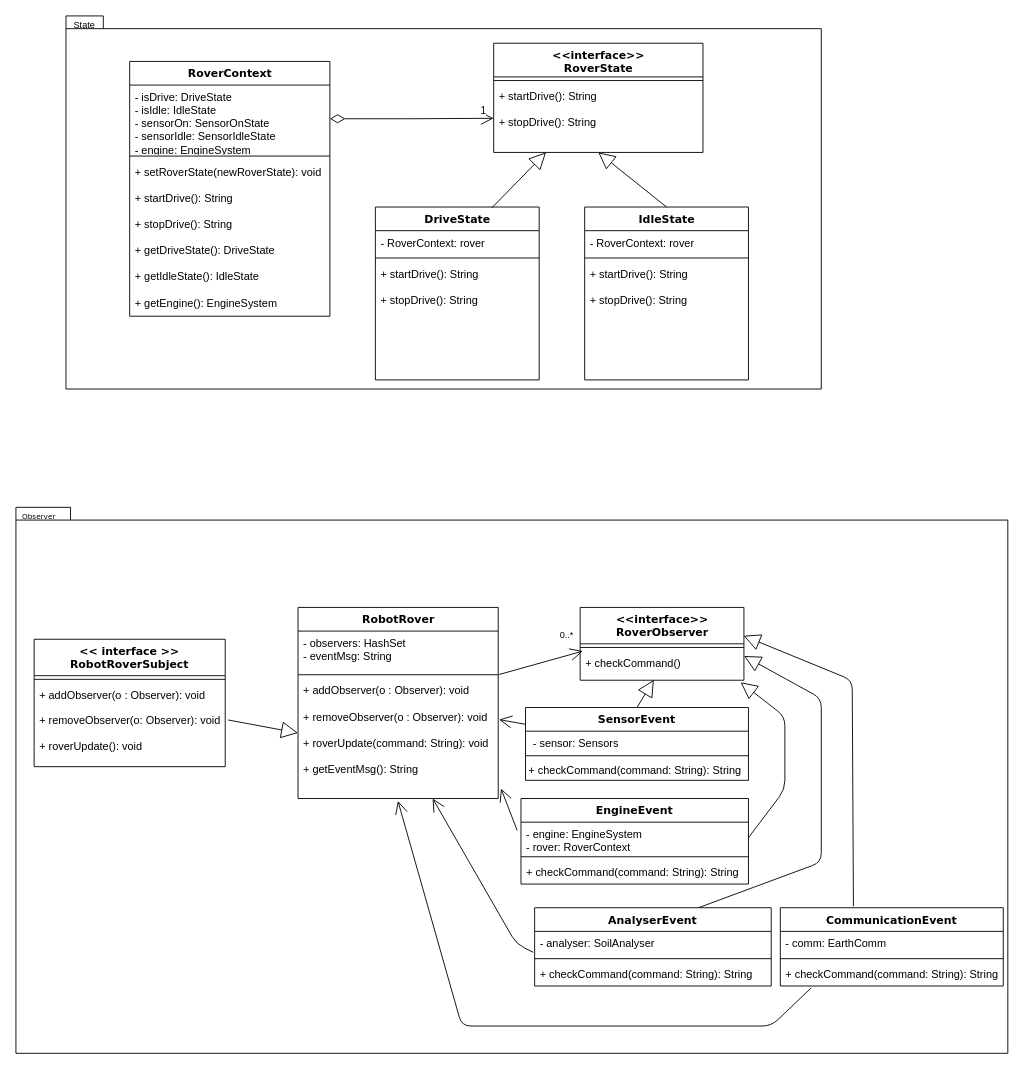
This is Class Diagram.drawio from Calmen00-code/Mars-Project, a draw.io file, before an edit. Source tidied: cells renumbered, new cells numbered last; positions are measured from the earlier drawing's top-left corner, leaving out a move shared by most shapes. Both pictures are drawn from the tidied source at 91%, with x=0, y=0 at pixel (15, 15).
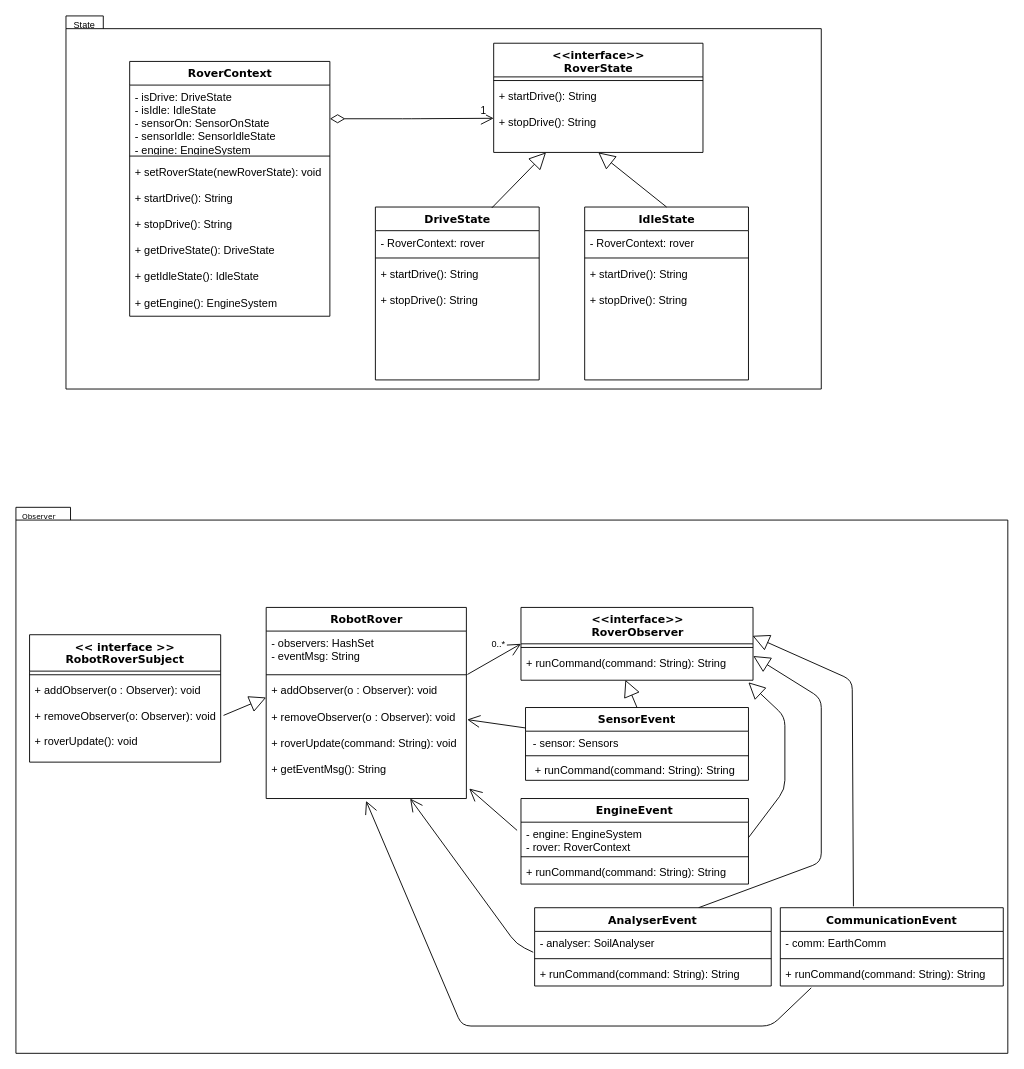
After the change.

Unchanged cells that the change refers to:
```xml
<mxCell id="23" value="- observers: HashSet&lt;br&gt;- eventMsg: String" style="text;html=1;strokeColor=none;fillColor=none;align=left;verticalAlign=top;spacingLeft=4;spacingRight=4;whiteSpace=wrap;overflow=hidden;points=[[0,0.5],[1,0.5]];portConstraint=eastwest;" parent="22" vertex="1">
  <mxGeometry y="26" width="220" height="44" as="geometry" />
</mxCell>
<mxCell id="25" value="+ addObserver(o : Observer): void&lt;br&gt;&lt;br&gt;+ removeObserver(o : Observer): void&lt;br&gt;&lt;br&gt;+ roverUpdate(command: String): void&lt;br&gt;&lt;br&gt;+ getEventMsg(): String" style="text;html=1;strokeColor=none;fillColor=none;align=left;verticalAlign=top;spacingLeft=4;spacingRight=4;whiteSpace=wrap;overflow=hidden;points=[[0,0.5],[1,0.5]];portConstraint=eastwest;" parent="22" vertex="1">
  <mxGeometry y="78" width="220" height="132" as="geometry" />
</mxCell>
<mxCell id="38" value="+ addObserver(o : Observer): void&#10;&#10;+ removeObserver(o: Observer): void&#10;&#10;+ roverUpdate(): void" style="text;strokeColor=none;fillColor=none;align=left;verticalAlign=top;spacingLeft=4;spacingRight=4;overflow=hidden;points=[[0,0.5],[1,0.5]];portConstraint=eastwest;" parent="36" vertex="1">
  <mxGeometry y="48" width="210" height="92" as="geometry" />
</mxCell>
<mxCell id="49" value="EngineEvent" style="swimlane;fontStyle=1;align=center;verticalAlign=top;horizontal=1;startSize=26;fontFamily=Verdana;" parent="1" vertex="1">
  <mxGeometry x="555" y="860" width="250" height="94" as="geometry" />
</mxCell>
<mxCell id="53" value="AnalyserEvent" style="swimlane;fontStyle=1;align=center;verticalAlign=top;horizontal=1;startSize=26;fontFamily=Verdana;" parent="1" vertex="1">
  <mxGeometry x="570" y="980" width="260" height="86" as="geometry" />
</mxCell>
<mxCell id="57" value="CommunicationEvent" style="swimlane;fontStyle=1;align=center;verticalAlign=top;horizontal=1;startSize=26;fontFamily=Verdana;" parent="1" vertex="1">
  <mxGeometry x="840" y="980" width="245" height="86" as="geometry" />
</mxCell>
```

Change to the diagram source:
```diff
@@
     <mxCell id="22" value="RobotRover" style="swimlane;html=1;fontStyle=1;align=center;verticalAlign=top;horizontal=1;startSize=26;swimlaneFillColor=#ffffff;rounded=0;shadow=0;comic=0;labelBackgroundColor=none;strokeWidth=1;fillColor=none;fontFamily=Verdana;fontSize=12;" parent="1" vertex="1">
-      <mxGeometry x="310" y="650" width="220" height="210" as="geometry" />
+      <mxGeometry x="275" y="650" width="220" height="210" as="geometry" />
     </mxCell>
@@
     <mxCell id="27" value="&amp;lt;&amp;lt;interface&amp;gt;&amp;gt;&lt;br&gt;RoverObserver" style="swimlane;html=1;fontStyle=1;align=center;verticalAlign=top;horizontal=1;startSize=40;swimlaneFillColor=#ffffff;rounded=0;shadow=0;comic=0;labelBackgroundColor=none;strokeWidth=1;fillColor=none;fontFamily=Verdana;fontSize=12;" parent="1" vertex="1">
-      <mxGeometry x="620" y="650" width="180" height="80" as="geometry" />
+      <mxGeometry x="555" y="650" width="255" height="80" as="geometry" />
     </mxCell>
     <mxCell id="28" style="line;html=1;strokeWidth=1;fillColor=none;align=left;verticalAlign=middle;spacingTop=-1;spacingLeft=3;spacingRight=3;labelPosition=right;" parent="27" vertex="1">
-      <mxGeometry y="40" width="180" height="8" as="geometry" />
+      <mxGeometry y="40" width="255" height="8" as="geometry" />
     </mxCell>
-    <mxCell id="29" value="+ checkCommand()" style="text;html=1;strokeColor=none;fillColor=none;align=left;verticalAlign=top;spacingLeft=4;spacingRight=4;whiteSpace=wrap;overflow=hidden;points=[[0,0.5],[1,0.5]];portConstraint=eastwest;" parent="27" vertex="1">
-      <mxGeometry y="48" width="180" height="32" as="geometry" />
+    <mxCell id="29" value="&lt;span style=&quot;font-family: &amp;#34;helvetica&amp;#34;&quot;&gt;+ runCommand(command: String): String&lt;/span&gt;" style="text;html=1;strokeColor=none;fillColor=none;align=left;verticalAlign=top;spacingLeft=4;spacingRight=4;whiteSpace=wrap;overflow=hidden;points=[[0,0.5],[1,0.5]];portConstraint=eastwest;" parent="27" vertex="1">
+      <mxGeometry y="48" width="255" height="32" as="geometry" />
     </mxCell>
-    <mxCell id="30" style="endArrow=open;endFill=1;endSize=12;html=1;fontSize=10;exitX=1.005;exitY=1.084;exitDx=0;exitDy=0;exitPerimeter=0;" parent="1" edge="1" source="23">
-      <mxGeometry relative="1" as="geometry">
-        <mxPoint x="623" y="698" as="targetPoint" />
-      </mxGeometry>
+    <mxCell id="30" style="endArrow=open;endFill=1;endSize=12;html=1;fontSize=10;exitX=1.005;exitY=1.084;exitDx=0;exitDy=0;exitPerimeter=0;entryX=0;entryY=0.5;entryDx=0;entryDy=0;" parent="1" edge="1" source="23" target="27">
+      <mxGeometry relative="1" as="geometry" />
     </mxCell>
     <mxCell id="31" value="0..*" style="text;html=1;align=center;verticalAlign=middle;strokeColor=none;fontSize=10;" parent="1" vertex="1">
-      <mxGeometry x="590" y="670" width="30" height="20" as="geometry" />
+      <mxGeometry x="515" y="680" width="30" height="20" as="geometry" />
     </mxCell>
@@
     <mxCell id="36" value="&lt;&lt; interface &gt;&gt;&#10;RobotRoverSubject" style="swimlane;fontStyle=1;align=center;verticalAlign=top;horizontal=1;startSize=40;fontSize=12;fontFamily=Verdana;" parent="1" vertex="1">
-      <mxGeometry x="20" y="685" width="210" height="140" as="geometry" />
+      <mxGeometry x="15" y="680" width="210" height="140" as="geometry" />
     </mxCell>
@@
-    <mxCell id="39" style="endArrow=block;endSize=16;endFill=0;html=1;fontFamily=Verdana;fontSize=12;exitX=1.015;exitY=0.442;exitDx=0;exitDy=0;exitPerimeter=0;" parent="1" edge="1" source="38">
-      <mxGeometry x="0.62" y="140" relative="1" as="geometry">
-        <mxPoint x="310" y="788" as="targetPoint" />
-      </mxGeometry>
+    <mxCell id="39" style="endArrow=block;endSize=16;endFill=0;html=1;fontFamily=Verdana;fontSize=12;exitX=1.015;exitY=0.442;exitDx=0;exitDy=0;exitPerimeter=0;entryX=0;entryY=0.159;entryDx=0;entryDy=0;entryPerimeter=0;" parent="1" edge="1" source="38" target="25">
+      <mxGeometry x="0.62" y="140" relative="1" as="geometry" />
     </mxCell>
@@
-    <mxCell id="48" value="&lt;span style=&quot;font-family: &amp;#34;helvetica&amp;#34; ; text-align: left&quot;&gt;+ checkCommand(command: String): String&lt;/span&gt;" style="text;html=1;align=center;verticalAlign=middle;strokeColor=none;" parent="1" vertex="1">
-      <mxGeometry x="555" y="820" width="250" height="20" as="geometry" />
+    <mxCell id="48" value="&lt;span style=&quot;font-family: &amp;#34;helvetica&amp;#34; ; text-align: left&quot;&gt;+ runCommand(command: String): String&lt;/span&gt;" style="text;html=1;align=center;verticalAlign=middle;strokeColor=none;" parent="1" vertex="1">
+      <mxGeometry x="560" y="820" width="240" height="20" as="geometry" />
     </mxCell>
@@
-    <mxCell id="52" value="+ checkCommand(command: String): String" style="text;strokeColor=none;fillColor=none;align=left;verticalAlign=top;spacingLeft=4;spacingRight=4;overflow=hidden;" parent="49" vertex="1">
+    <mxCell id="52" value="+ runCommand(command: String): String" style="text;strokeColor=none;fillColor=none;align=left;verticalAlign=top;spacingLeft=4;spacingRight=4;overflow=hidden;" parent="49" vertex="1">
       <mxGeometry y="68" width="250" height="26" as="geometry" />
     </mxCell>
@@
-    <mxCell id="56" value="+ checkCommand(command: String): String" style="text;strokeColor=none;fillColor=none;align=left;verticalAlign=top;spacingLeft=4;spacingRight=4;overflow=hidden;" parent="53" vertex="1">
+    <mxCell id="56" value="+ runCommand(command: String): String" style="text;strokeColor=none;fillColor=none;align=left;verticalAlign=top;spacingLeft=4;spacingRight=4;overflow=hidden;" parent="53" vertex="1">
       <mxGeometry y="60" width="260" height="26" as="geometry" />
     </mxCell>
@@
-    <mxCell id="60" value="+ checkCommand(command: String): String" style="text;strokeColor=none;fillColor=none;align=left;verticalAlign=top;spacingLeft=4;spacingRight=4;overflow=hidden;" parent="57" vertex="1">
+    <mxCell id="60" value="+ runCommand(command: String): String" style="text;strokeColor=none;fillColor=none;align=left;verticalAlign=top;spacingLeft=4;spacingRight=4;overflow=hidden;" parent="57" vertex="1">
       <mxGeometry y="60" width="245" height="26" as="geometry" />
     </mxCell>
```
